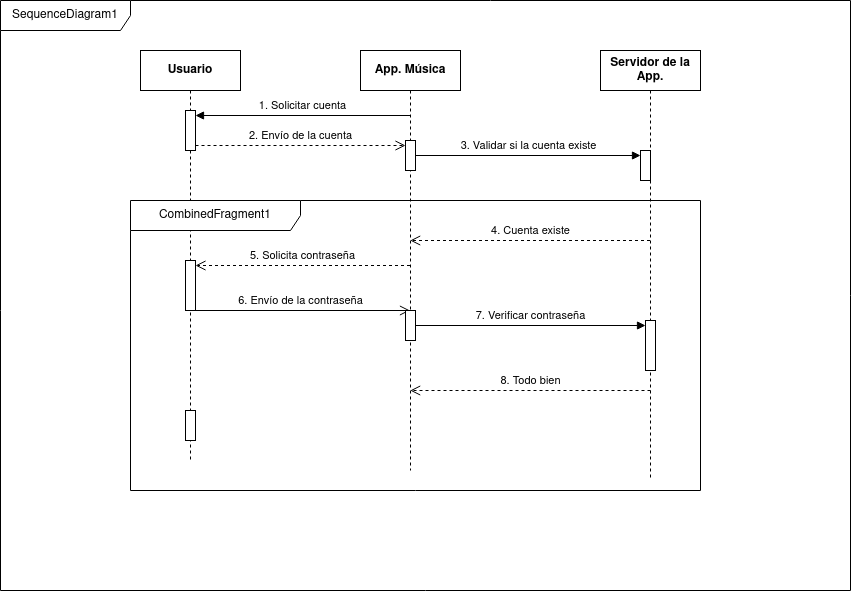
The draw.io diagram diagramas_casos_de_uso/diagrama-secuencia-musica.drawio.png in JesusLugo2002/ETS, before a commit. Source tidied: cells renumbered, new cells last; positions are measured from the earlier drawing's top-left corner, leaving out a move shared by most shapes.
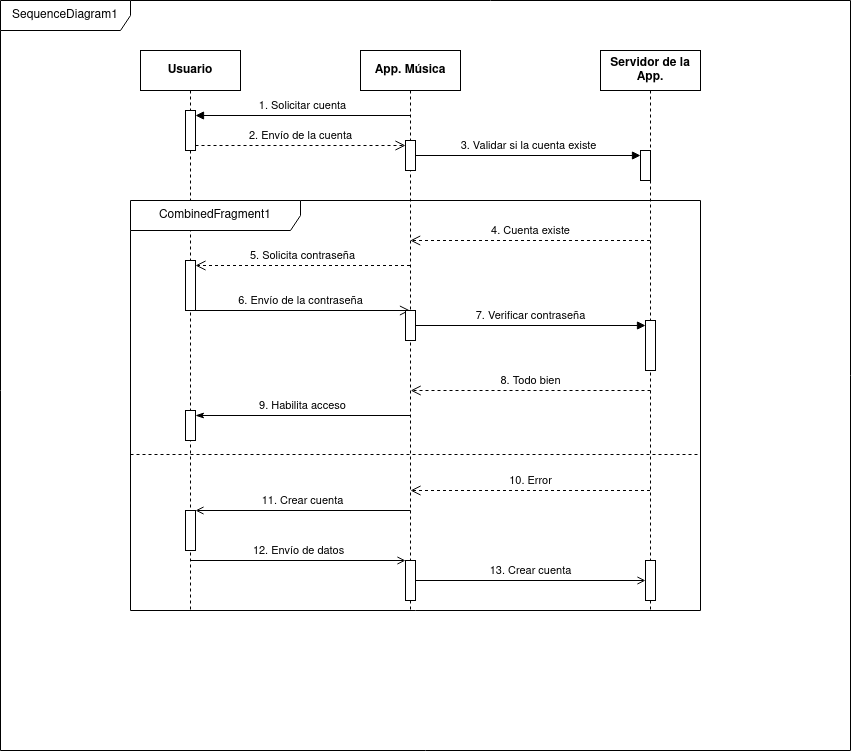
The same file after the commit.

Change to the diagram source:
```diff
@@ -3,16 +3,16 @@
     <mxCell id="0" />
     <mxCell id="1" parent="0" />
     <mxCell id="2" value="Usuario" style="shape=umlLifeline;perimeter=lifelinePerimeter;whiteSpace=wrap;html=1;outlineConnect=0;portConstraint=eastwest;newEdgeStyle={&quot;curved&quot;:0,&quot;rounded&quot;:0};fontStyle=1;" parent="1" vertex="1">
-      <mxGeometry x="140" y="50" width="100" height="410" as="geometry" />
+      <mxGeometry x="140" y="50" width="100" height="560" as="geometry" />
     </mxCell>
     <mxCell id="3" value="App. Música" style="shape=umlLifeline;perimeter=lifelinePerimeter;whiteSpace=wrap;html=1;outlineConnect=0;portConstraint=eastwest;newEdgeStyle={&quot;curved&quot;:0,&quot;rounded&quot;:0};fontStyle=1;" parent="1" vertex="1">
-      <mxGeometry x="360" y="50" width="100" height="420" as="geometry" />
+      <mxGeometry x="360" y="50" width="100" height="560" as="geometry" />
     </mxCell>
     <mxCell id="4" style="html=1;points=[[0,0,0,0,5],[0,1,0,0,-5],[1,0,0,0,5],[1,1,0,0,-5]];perimeter=orthogonalPerimeter;outlineConnect=0;targetShapes=umlLifeline;portConstraint=eastwest;newEdgeStyle={&quot;curved&quot;:0,&quot;rounded&quot;:0};" parent="3" vertex="1">
       <mxGeometry x="45" y="90" width="10" height="30" as="geometry" />
     </mxCell>
     <mxCell id="5" value="Servidor de la App." style="shape=umlLifeline;perimeter=lifelinePerimeter;whiteSpace=wrap;html=1;outlineConnect=0;portConstraint=eastwest;newEdgeStyle={&quot;curved&quot;:0,&quot;rounded&quot;:0};fontStyle=1;" parent="1" vertex="1">
-      <mxGeometry x="600" y="50" width="100" height="430" as="geometry" />
+      <mxGeometry x="600" y="50" width="100" height="560" as="geometry" />
     </mxCell>
     <mxCell id="6" style="html=1;points=[[0,0,0,0,5],[0,1,0,0,-5],[1,0,0,0,5],[1,1,0,0,-5]];perimeter=orthogonalPerimeter;outlineConnect=0;targetShapes=umlLifeline;portConstraint=eastwest;newEdgeStyle={&quot;curved&quot;:0,&quot;rounded&quot;:0};" parent="5" vertex="1">
       <mxGeometry x="40" y="100" width="10" height="30" as="geometry" />
@@ -33,10 +33,10 @@
       <mxGeometry relative="1" as="geometry" />
     </mxCell>
     <mxCell id="12" value="SequenceDiagram1" style="shape=umlFrame;whiteSpace=wrap;html=1;width=130;height=30;" parent="1" vertex="1">
-      <mxGeometry width="850" height="590" as="geometry" />
+      <mxGeometry width="850" height="750" as="geometry" />
     </mxCell>
     <mxCell id="13" value="CombinedFragment1" style="shape=umlFrame;whiteSpace=wrap;html=1;width=170;height=30;" parent="1" vertex="1">
-      <mxGeometry x="130" y="200" width="570" height="290" as="geometry" />
+      <mxGeometry x="130" y="200" width="570" height="410" as="geometry" />
     </mxCell>
     <mxCell id="14" value="4. Cuenta existe" style="html=1;verticalAlign=bottom;endArrow=open;dashed=1;endSize=8;curved=0;rounded=0;" parent="1" edge="1">
       <mxGeometry relative="1" as="geometry">
@@ -69,5 +69,39 @@
     <mxCell id="21" style="html=1;points=[[0,0,0,0,5],[0,1,0,0,-5],[1,0,0,0,5],[1,1,0,0,-5]];perimeter=orthogonalPerimeter;outlineConnect=0;targetShapes=umlLifeline;portConstraint=eastwest;newEdgeStyle={&quot;curved&quot;:0,&quot;rounded&quot;:0};" parent="1" vertex="1">
       <mxGeometry x="185" y="260" width="10" height="50" as="geometry" />
     </mxCell>
+    <mxCell id="22" value="9. Habilita acceso" style="html=1;verticalAlign=bottom;endArrow=classicThin;curved=0;rounded=0;entryX=1;entryY=0;entryDx=0;entryDy=5;entryPerimeter=0;endFill=1;" parent="1" edge="1" source="3" target="20">
+      <mxGeometry relative="1" as="geometry" />
+    </mxCell>
+    <mxCell id="23" style="line;strokeWidth=1;fillColor=none;align=left;verticalAlign=middle;spacingTop=-1;spacingLeft=3;spacingRight=3;labelPosition=right;strokeColor=inherit;dashed=1;" parent="1" vertex="1">
+      <mxGeometry x="130" y="450" width="570" height="8" as="geometry" />
+    </mxCell>
+    <mxCell id="24" value="10. Error" style="html=1;verticalAlign=bottom;endArrow=open;dashed=1;endSize=8;curved=0;rounded=0;" parent="1" edge="1" source="5">
+      <mxGeometry relative="1" as="geometry">
+        <mxPoint x="410" y="490" as="targetPoint" />
+      </mxGeometry>
+    </mxCell>
+    <mxCell id="25" value="&lt;div&gt;11. Crear cuenta&lt;/div&gt;" style="html=1;verticalAlign=bottom;endArrow=open;curved=0;rounded=0;endFill=0;" parent="1" edge="1" target="26">
+      <mxGeometry relative="1" as="geometry">
+        <mxPoint x="410" y="510" as="sourcePoint" />
+        <Array as="points">
+          <mxPoint x="275.5" y="510" />
+        </Array>
+      </mxGeometry>
+    </mxCell>
+    <mxCell id="26" style="html=1;points=[[0,0,0,0,5],[0,1,0,0,-5],[1,0,0,0,5],[1,1,0,0,-5]];perimeter=orthogonalPerimeter;outlineConnect=0;targetShapes=umlLifeline;portConstraint=eastwest;newEdgeStyle={&quot;curved&quot;:0,&quot;rounded&quot;:0};" parent="1" vertex="1">
+      <mxGeometry x="185" y="510" width="10" height="40" as="geometry" />
+    </mxCell>
+    <mxCell id="27" style="html=1;points=[[0,0,0,0,5],[0,1,0,0,-5],[1,0,0,0,5],[1,1,0,0,-5]];perimeter=orthogonalPerimeter;outlineConnect=0;targetShapes=umlLifeline;portConstraint=eastwest;newEdgeStyle={&quot;curved&quot;:0,&quot;rounded&quot;:0};" parent="1" vertex="1">
+      <mxGeometry x="405" y="560" width="10" height="40" as="geometry" />
+    </mxCell>
+    <mxCell id="28" value="&lt;div&gt;12. Envío de datos&lt;/div&gt;" style="html=1;verticalAlign=bottom;endArrow=open;curved=0;rounded=0;endFill=0;" parent="1" edge="1" source="2" target="27">
+      <mxGeometry relative="1" as="geometry" />
+    </mxCell>
+    <mxCell id="29" style="html=1;points=[[0,0,0,0,5],[0,1,0,0,-5],[1,0,0,0,5],[1,1,0,0,-5]];perimeter=orthogonalPerimeter;outlineConnect=0;targetShapes=umlLifeline;portConstraint=eastwest;newEdgeStyle={&quot;curved&quot;:0,&quot;rounded&quot;:0};" parent="1" vertex="1">
+      <mxGeometry x="645" y="560" width="10" height="40" as="geometry" />
+    </mxCell>
+    <mxCell id="30" value="&lt;div&gt;13. Crear cuenta&lt;/div&gt;" style="html=1;verticalAlign=bottom;endArrow=open;curved=0;rounded=0;endFill=0;" parent="1" edge="1" source="27" target="29">
+      <mxGeometry relative="1" as="geometry" />
+    </mxCell>
   </root>
 </mxGraphModel>
```
